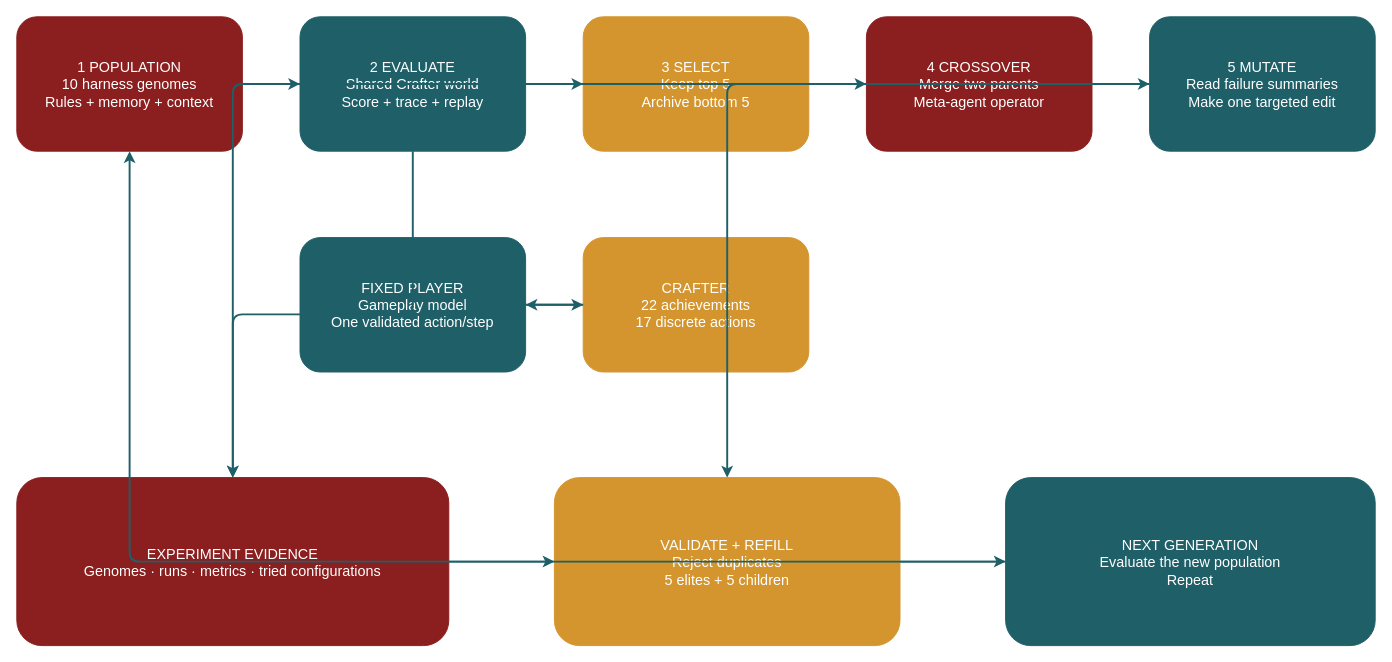
Subrahmanyam2305/harness-darwinism keeps this draw.io diagram as docs/medium/harness-darwinism/assets/architecture.drawio. Above is the earlier version. Source tidied: cells renumbered, new cells numbered last; positions are measured from the earlier drawing's top-left corner, leaving out a move shared by most shapes. Both pictures are drawn from the tidied source at 96%, with x=0, y=0 at pixel (16, 16).
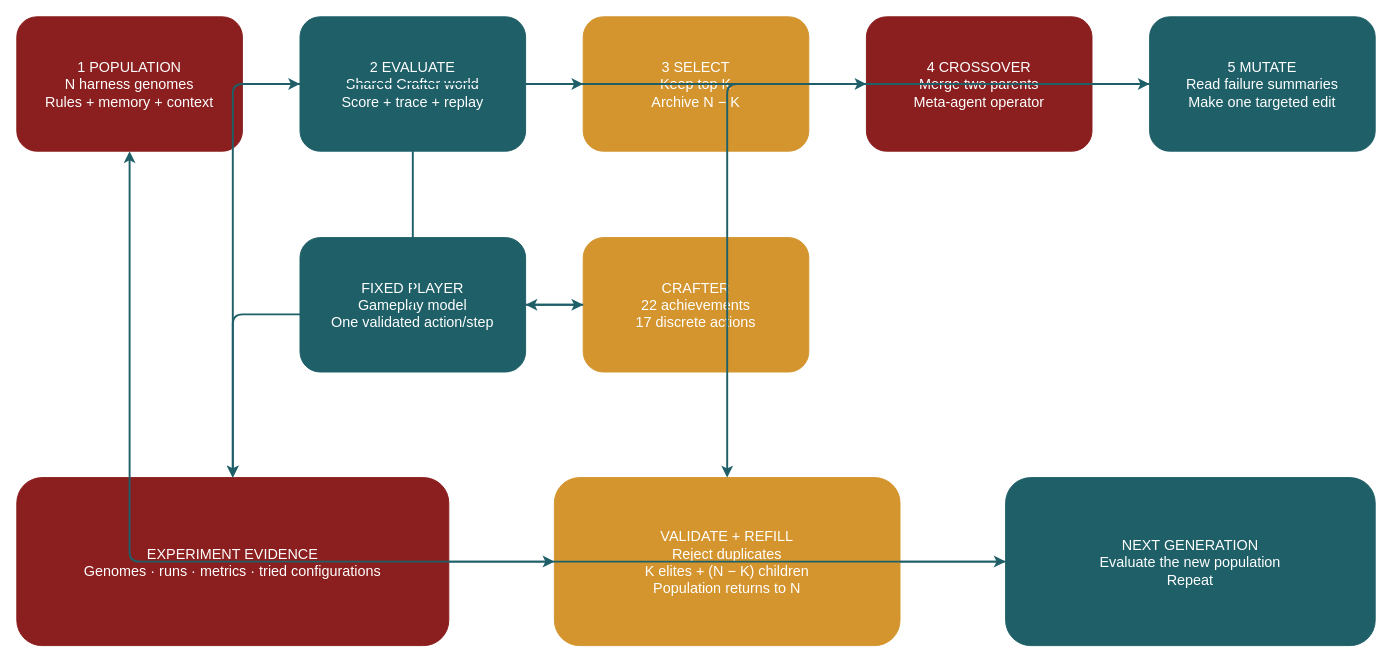
The same page after the edit.

Commit message (it also covers changes not shown here):
docs: generalize architecture and number exhibits

What changed in the source:
```diff
@@
-    <mxCell id="2" value="1  POPULATION&lt;br&gt;10 harness genomes&lt;br&gt;Rules + memory + context" style="rounded=1;whiteSpace=wrap;html=1;fillColor=#8b1e1e;fontColor=#ffffff;strokeColor=#8b1e1e;fontSize=15;" parent="1" vertex="1">
+    <mxCell id="2" value="1  POPULATION&lt;br&gt;N harness genomes&lt;br&gt;Rules + memory + context" style="rounded=1;whiteSpace=wrap;html=1;fillColor=#8b1e1e;fontColor=#ffffff;strokeColor=#8b1e1e;fontSize=15;" parent="1" vertex="1">
       <mxGeometry width="235" height="140" as="geometry" />
     </mxCell>
@@
-    <mxCell id="4" value="3  SELECT&lt;br&gt;Keep top 5&lt;br&gt;Archive bottom 5" style="rounded=1;whiteSpace=wrap;html=1;fillColor=#d4952f;fontColor=#ffffff;strokeColor=#d4952f;fontSize=15;" parent="1" vertex="1">
+    <mxCell id="4" value="3  SELECT&lt;br&gt;Keep top K&lt;br&gt;Archive N − K" style="rounded=1;whiteSpace=wrap;html=1;fillColor=#d4952f;fontColor=#ffffff;strokeColor=#d4952f;fontSize=15;" parent="1" vertex="1">
       <mxGeometry x="590" width="235" height="140" as="geometry" />
     </mxCell>
@@
-    <mxCell id="10" value="VALIDATE + REFILL&lt;br&gt;Reject duplicates&lt;br&gt;5 elites + 5 children" style="rounded=1;whiteSpace=wrap;html=1;fillColor=#d4952f;fontColor=#ffffff;strokeColor=#d4952f;fontSize=15;" parent="1" vertex="1">
+    <mxCell id="10" value="VALIDATE + REFILL&lt;br&gt;Reject duplicates&lt;br&gt;K elites + (N − K) children&lt;br&gt;Population returns to N" style="rounded=1;whiteSpace=wrap;html=1;fillColor=#d4952f;fontColor=#ffffff;strokeColor=#d4952f;fontSize=15;" parent="1" vertex="1">
       <mxGeometry x="560" y="480" width="360" height="175" as="geometry" />
     </mxCell>
```
